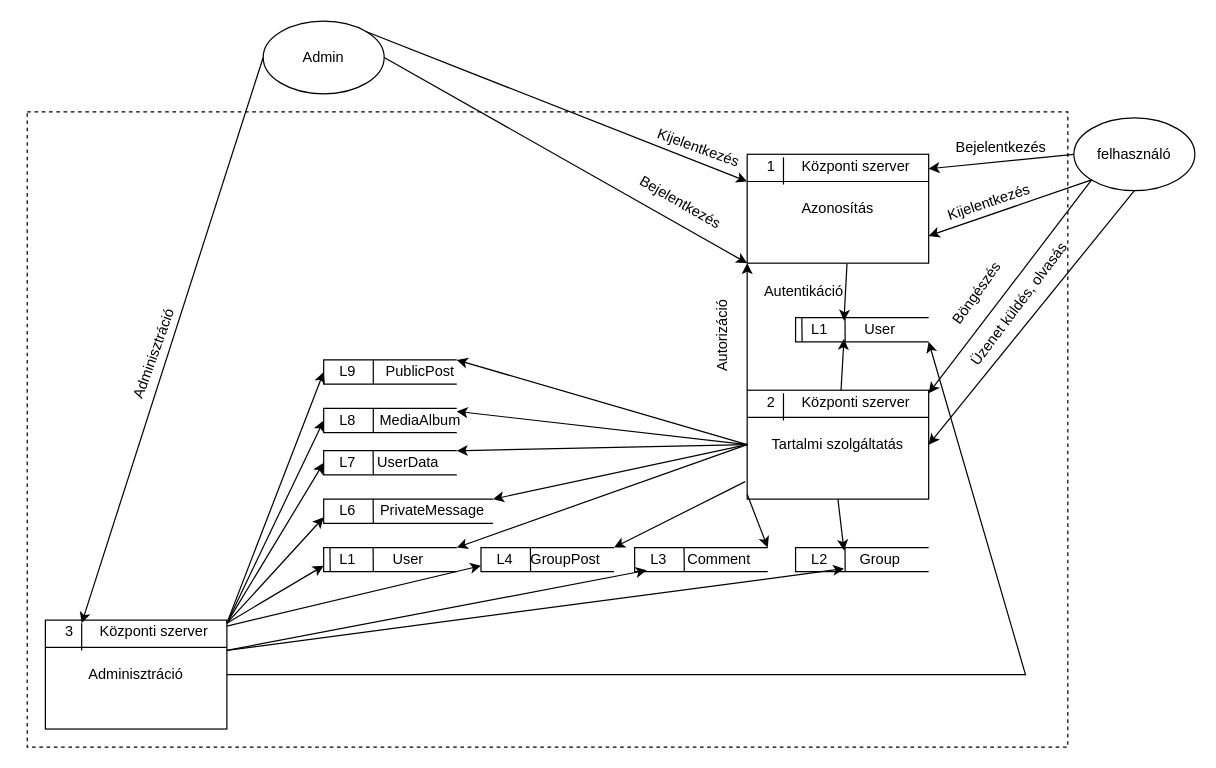
AasinR/post-request keeps this draw.io diagram as documentation/diagrams/adatfolyam diagram L.drawio. Above is the earlier version. Source tidied: cells renumbered, new cells numbered last; positions are measured from the earlier drawing's top-left corner, leaving out a move shared by most shapes. Both pictures are drawn from the tidied source at 121%, with x=0, y=0 at pixel (27, 21).
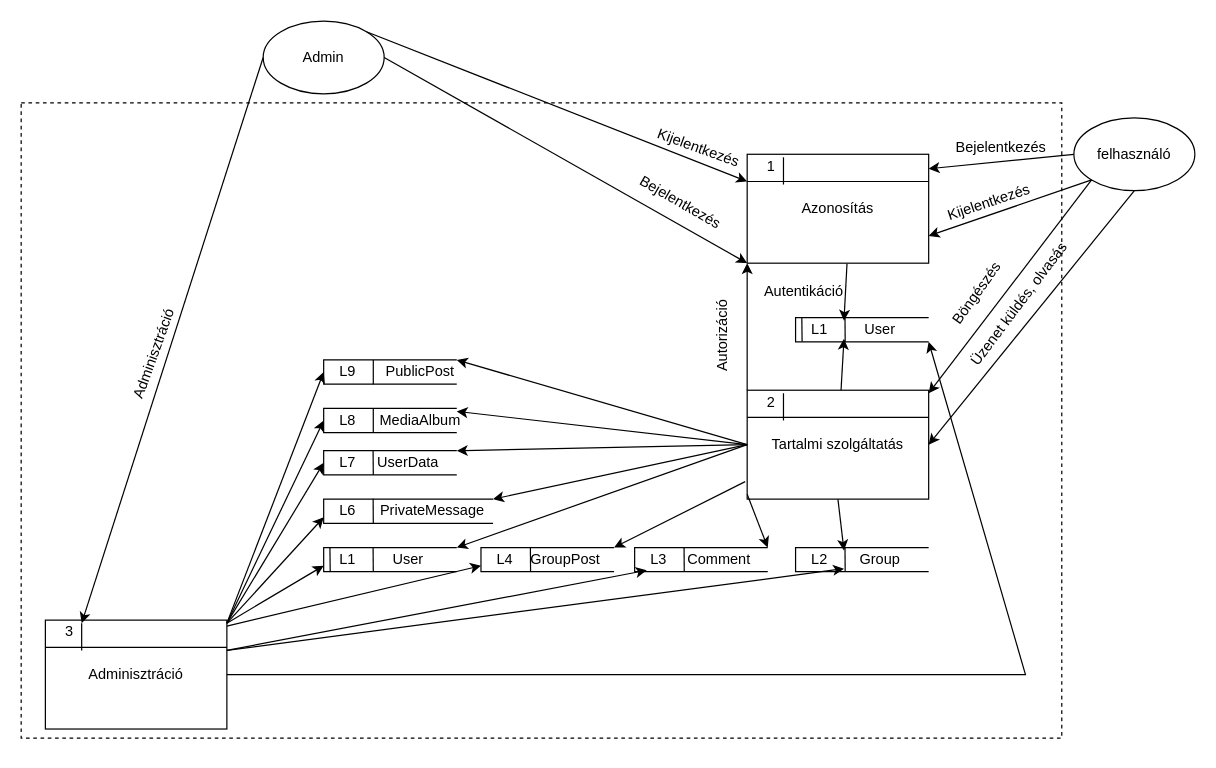
The same page after the edit.

The change refers to these unchanged cells:
```xml
<mxCell id="3" value="&lt;div&gt;felhasználó&lt;/div&gt;" style="ellipse;whiteSpace=wrap;html=1;" parent="1" vertex="1">
  <mxGeometry x="865" y="80" width="100" height="60" as="geometry" />
</mxCell>
<mxCell id="31" value="L3" style="text;html=1;strokeColor=none;fillColor=none;align=center;verticalAlign=middle;whiteSpace=wrap;rounded=0;" parent="1" vertex="1">
  <mxGeometry x="492" y="430" width="60" height="30" as="geometry" />
</mxCell>
<mxCell id="39" value="L1" style="text;html=1;strokeColor=none;fillColor=none;align=center;verticalAlign=middle;whiteSpace=wrap;rounded=0;" parent="1" vertex="1">
  <mxGeometry x="235" y="430" width="60" height="30" as="geometry" />
</mxCell>
<mxCell id="43" value="L6" style="text;html=1;strokeColor=none;fillColor=none;align=center;verticalAlign=middle;whiteSpace=wrap;rounded=0;" parent="1" vertex="1">
  <mxGeometry x="235" y="390" width="60" height="30" as="geometry" />
</mxCell>
<mxCell id="47" value="L7" style="text;html=1;strokeColor=none;fillColor=none;align=center;verticalAlign=middle;whiteSpace=wrap;rounded=0;" parent="1" vertex="1">
  <mxGeometry x="235" y="350" width="60" height="30" as="geometry" />
</mxCell>
<mxCell id="51" value="L8" style="text;html=1;strokeColor=none;fillColor=none;align=center;verticalAlign=middle;whiteSpace=wrap;rounded=0;" parent="1" vertex="1">
  <mxGeometry x="235" y="315" width="60" height="30" as="geometry" />
</mxCell>
<mxCell id="66" value="Admin" style="ellipse;whiteSpace=wrap;html=1;" parent="1" vertex="1">
  <mxGeometry x="195" width="100" height="60" as="geometry" />
</mxCell>
```

Diff of the diagram source:
```diff
@@
     <mxCell id="2" style="rounded=0;whiteSpace=wrap;html=1;fontSize=12;strokeWidth=1;fillColor=none;dashed=1;" parent="1" vertex="1">
-      <mxGeometry y="75" width="860" height="525" as="geometry" />
+      <mxGeometry x="-5" y="67.5" width="860" height="525" as="geometry" />
     </mxCell>
@@
-    <mxCell id="6" value="Központi szerver" style="text;html=1;strokeColor=none;fillColor=none;align=center;verticalAlign=middle;whiteSpace=wrap;rounded=0;" parent="1" vertex="1">
-      <mxGeometry x="625" y="105" width="120" height="30" as="geometry" />
-    </mxCell>
@@
-    <mxCell id="8" style="endArrow=none;html=1;rounded=0;entryX=0;entryY=0.25;entryDx=0;entryDy=0;exitX=0;exitY=1;exitDx=0;exitDy=0;" parent="1" edge="1" source="6" target="6">
-      <mxGeometry relative="1" as="geometry" />
+    <mxCell id="8" style="endArrow=none;html=1;rounded=0;entryX=0;entryY=0.25;entryDx=0;entryDy=0;exitX=0;exitY=1;exitDx=0;exitDy=0;" parent="1" edge="1">
+      <mxGeometry relative="1" as="geometry">
+        <mxPoint x="625" y="135" as="sourcePoint" />
+        <mxPoint x="625" y="112.5" as="targetPoint" />
+      </mxGeometry>
     </mxCell>
@@
-    <mxCell id="16" value="Központi szerver" style="text;html=1;strokeColor=none;fillColor=none;align=center;verticalAlign=middle;whiteSpace=wrap;rounded=0;" parent="1" vertex="1">
-      <mxGeometry x="625" y="300" width="120" height="30" as="geometry" />
-    </mxCell>
@@
-    <mxCell id="18" style="endArrow=none;html=1;rounded=0;entryX=0;entryY=0.25;entryDx=0;entryDy=0;exitX=0;exitY=1;exitDx=0;exitDy=0;" parent="1" edge="1" source="16" target="16">
-      <mxGeometry relative="1" as="geometry" />
+    <mxCell id="18" style="endArrow=none;html=1;rounded=0;entryX=0;entryY=0.25;entryDx=0;entryDy=0;exitX=0;exitY=1;exitDx=0;exitDy=0;" parent="1" edge="1">
+      <mxGeometry relative="1" as="geometry">
+        <mxPoint x="625" y="330" as="sourcePoint" />
+        <mxPoint x="625" y="307.5" as="targetPoint" />
+      </mxGeometry>
     </mxCell>
-    <mxCell id="19" style="endArrow=classic;html=1;rounded=0;entryX=1;entryY=0.25;entryDx=0;entryDy=0;exitX=0;exitY=1;exitDx=0;exitDy=0;" parent="1" edge="1" source="3" target="16">
-      <mxGeometry relative="1" as="geometry" />
+    <mxCell id="19" style="endArrow=classic;html=1;rounded=0;entryX=1;entryY=0.25;entryDx=0;entryDy=0;exitX=0;exitY=1;exitDx=0;exitDy=0;" parent="1" edge="1" source="3">
+      <mxGeometry relative="1" as="geometry">
+        <mxPoint x="745" y="307.5" as="targetPoint" />
+      </mxGeometry>
     </mxCell>
@@
-    <mxCell id="73" value="Központi szerver" style="text;html=1;strokeColor=none;fillColor=none;align=center;verticalAlign=middle;whiteSpace=wrap;rounded=0;" parent="1" vertex="1">
-      <mxGeometry x="45" y="490" width="120" height="30" as="geometry" />
-    </mxCell>
@@
-    <mxCell id="75" style="endArrow=none;html=1;rounded=0;entryX=0;entryY=0.25;entryDx=0;entryDy=0;exitX=0;exitY=1;exitDx=0;exitDy=0;" parent="1" edge="1" source="73" target="73">
-      <mxGeometry relative="1" as="geometry" />
+    <mxCell id="75" style="endArrow=none;html=1;rounded=0;entryX=0;entryY=0.25;entryDx=0;entryDy=0;exitX=0;exitY=1;exitDx=0;exitDy=0;" parent="1" edge="1">
+      <mxGeometry relative="1" as="geometry">
+        <mxPoint x="45" y="520" as="sourcePoint" />
+        <mxPoint x="45" y="497.5" as="targetPoint" />
+      </mxGeometry>
     </mxCell>
-    <mxCell id="76" style="endArrow=classic;html=1;rounded=0;fontSize=12;entryX=0;entryY=0.25;entryDx=0;entryDy=0;exitX=0;exitY=0.5;exitDx=0;exitDy=0;" parent="1" edge="1" source="66" target="73">
-      <mxGeometry relative="1" as="geometry" />
+    <mxCell id="76" style="endArrow=classic;html=1;rounded=0;fontSize=12;entryX=0;entryY=0.25;entryDx=0;entryDy=0;exitX=0;exitY=0.5;exitDx=0;exitDy=0;" parent="1" edge="1" source="66">
+      <mxGeometry relative="1" as="geometry">
+        <mxPoint x="45" y="497.5" as="targetPoint" />
+      </mxGeometry>
     </mxCell>
@@
-    <mxCell id="78" style="endArrow=classic;html=1;rounded=0;fontSize=12;exitX=1;exitY=0.25;exitDx=0;exitDy=0;" parent="1" edge="1" source="73">
+    <mxCell id="78" style="endArrow=classic;html=1;rounded=0;fontSize=12;exitX=1;exitY=0.25;exitDx=0;exitDy=0;" parent="1" edge="1">
       <mxGeometry relative="1" as="geometry">
+        <mxPoint x="165" y="497.5" as="sourcePoint" />
         <mxPoint x="245" y="290" as="targetPoint" />
       </mxGeometry>
     </mxCell>
-    <mxCell id="79" style="endArrow=classic;html=1;rounded=0;fontSize=12;exitX=1;exitY=0.25;exitDx=0;exitDy=0;entryX=0.167;entryY=0.5;entryDx=0;entryDy=0;entryPerimeter=0;" parent="1" edge="1" source="73" target="51">
-      <mxGeometry relative="1" as="geometry" />
+    <mxCell id="79" style="endArrow=classic;html=1;rounded=0;fontSize=12;exitX=1;exitY=0.25;exitDx=0;exitDy=0;entryX=0.167;entryY=0.5;entryDx=0;entryDy=0;entryPerimeter=0;" parent="1" edge="1" target="51">
+      <mxGeometry relative="1" as="geometry">
+        <mxPoint x="165" y="497.5" as="sourcePoint" />
+      </mxGeometry>
     </mxCell>
-    <mxCell id="80" style="endArrow=classic;html=1;rounded=0;fontSize=12;exitX=1;exitY=0.25;exitDx=0;exitDy=0;entryX=0.167;entryY=0.5;entryDx=0;entryDy=0;entryPerimeter=0;" parent="1" edge="1" source="73" target="47">
-      <mxGeometry relative="1" as="geometry" />
+    <mxCell id="80" style="endArrow=classic;html=1;rounded=0;fontSize=12;exitX=1;exitY=0.25;exitDx=0;exitDy=0;entryX=0.167;entryY=0.5;entryDx=0;entryDy=0;entryPerimeter=0;" parent="1" edge="1" target="47">
+      <mxGeometry relative="1" as="geometry">
+        <mxPoint x="165" y="497.5" as="sourcePoint" />
+      </mxGeometry>
     </mxCell>
-    <mxCell id="81" style="endArrow=classic;html=1;rounded=0;fontSize=12;exitX=1;exitY=0.25;exitDx=0;exitDy=0;entryX=0.167;entryY=0.667;entryDx=0;entryDy=0;entryPerimeter=0;" parent="1" edge="1" source="73" target="43">
-      <mxGeometry relative="1" as="geometry" />
+    <mxCell id="81" style="endArrow=classic;html=1;rounded=0;fontSize=12;exitX=1;exitY=0.25;exitDx=0;exitDy=0;entryX=0.167;entryY=0.667;entryDx=0;entryDy=0;entryPerimeter=0;" parent="1" edge="1" target="43">
+      <mxGeometry relative="1" as="geometry">
+        <mxPoint x="165" y="497.5" as="sourcePoint" />
+      </mxGeometry>
     </mxCell>
-    <mxCell id="82" style="endArrow=classic;html=1;rounded=0;fontSize=12;exitX=1;exitY=0.25;exitDx=0;exitDy=0;entryX=0.167;entryY=0.667;entryDx=0;entryDy=0;entryPerimeter=0;" parent="1" edge="1" source="73" target="39">
-      <mxGeometry relative="1" as="geometry" />
+    <mxCell id="82" style="endArrow=classic;html=1;rounded=0;fontSize=12;exitX=1;exitY=0.25;exitDx=0;exitDy=0;entryX=0.167;entryY=0.667;entryDx=0;entryDy=0;entryPerimeter=0;" parent="1" edge="1" target="39">
+      <mxGeometry relative="1" as="geometry">
+        <mxPoint x="165" y="497.5" as="sourcePoint" />
+      </mxGeometry>
     </mxCell>
@@
-    <mxCell id="84" style="endArrow=classic;html=1;rounded=0;fontSize=12;entryX=0.333;entryY=0.795;entryDx=0;entryDy=0;entryPerimeter=0;exitX=1;exitY=1;exitDx=0;exitDy=0;" parent="1" edge="1" source="73" target="31">
-      <mxGeometry relative="1" as="geometry" />
+    <mxCell id="84" style="endArrow=classic;html=1;rounded=0;fontSize=12;entryX=0.333;entryY=0.795;entryDx=0;entryDy=0;entryPerimeter=0;exitX=1;exitY=1;exitDx=0;exitDy=0;" parent="1" edge="1" target="31">
+      <mxGeometry relative="1" as="geometry">
+        <mxPoint x="165" y="520" as="sourcePoint" />
+      </mxGeometry>
     </mxCell>
```
